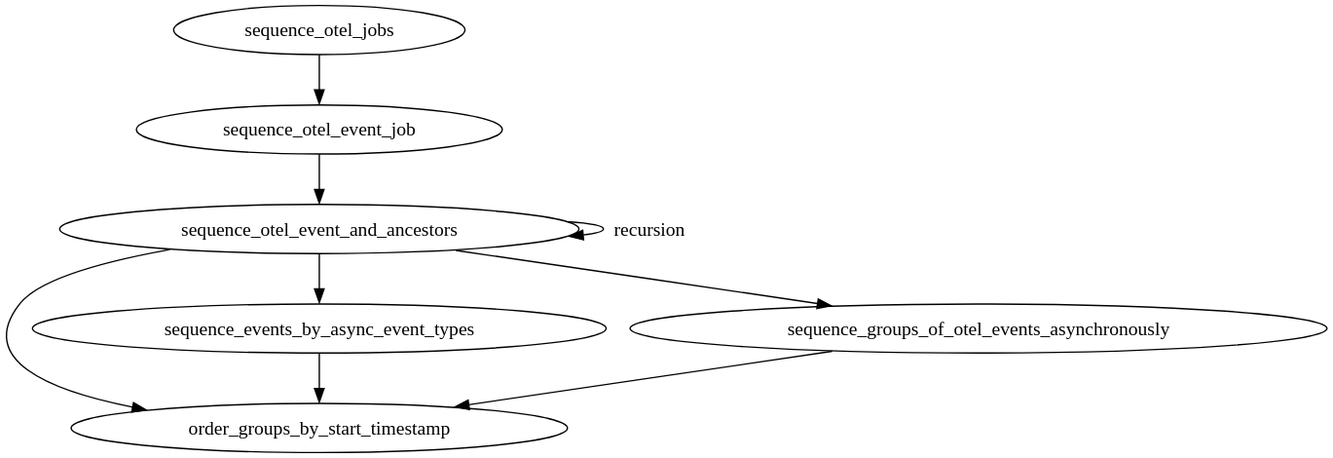
xtuml/otel2puml keeps this PlantUML diagram as docs/development/design/4-DN-Sequencing_pv_events_from_otel_unique_graphs/call_graph.svg. Above is the earlier version. Its source is kept beside it as docs/development/design/4-DN-Sequencing_pv_events_from_otel_unique_graphs/call_graph.puml.
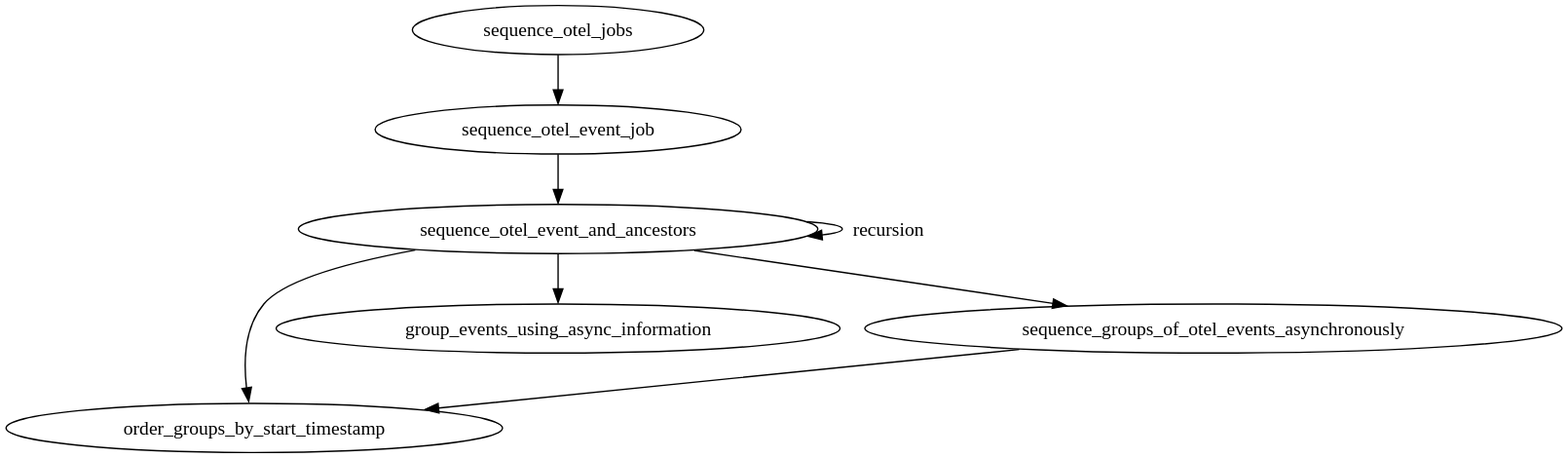
The same file after the commit.

Commit message:
58 recursive function that sequence otelevent and its ancestors (#92)

Change to the diagram source:
```diff
@@ -9,9 +9,8 @@
             order_groups_by_start_timestamp [label="order_groups_by_start_timestamp"];
             sequence_otel_event_and_ancestors -> order_groups_by_start_timestamp;
             sequence_otel_event_and_ancestors -> sequence_otel_event_and_ancestors [label="recursion"];
-            sequence_events_by_async_event_types [label="sequence_events_by_async_event_types"];
-            sequence_otel_event_and_ancestors -> sequence_events_by_async_event_types;
-                sequence_events_by_async_event_types -> order_groups_by_start_timestamp;
+            group_events_using_async_information [label="group_events_using_async_information"];
+            sequence_otel_event_and_ancestors -> group_events_using_async_information;
             sequence_groups_of_otel_events_asynchronously [label="sequence_groups_of_otel_events_asynchronously"];
             sequence_otel_event_and_ancestors -> sequence_groups_of_otel_events_asynchronously;
                 sequence_groups_of_otel_events_asynchronously -> order_groups_by_start_timestamp;
```
